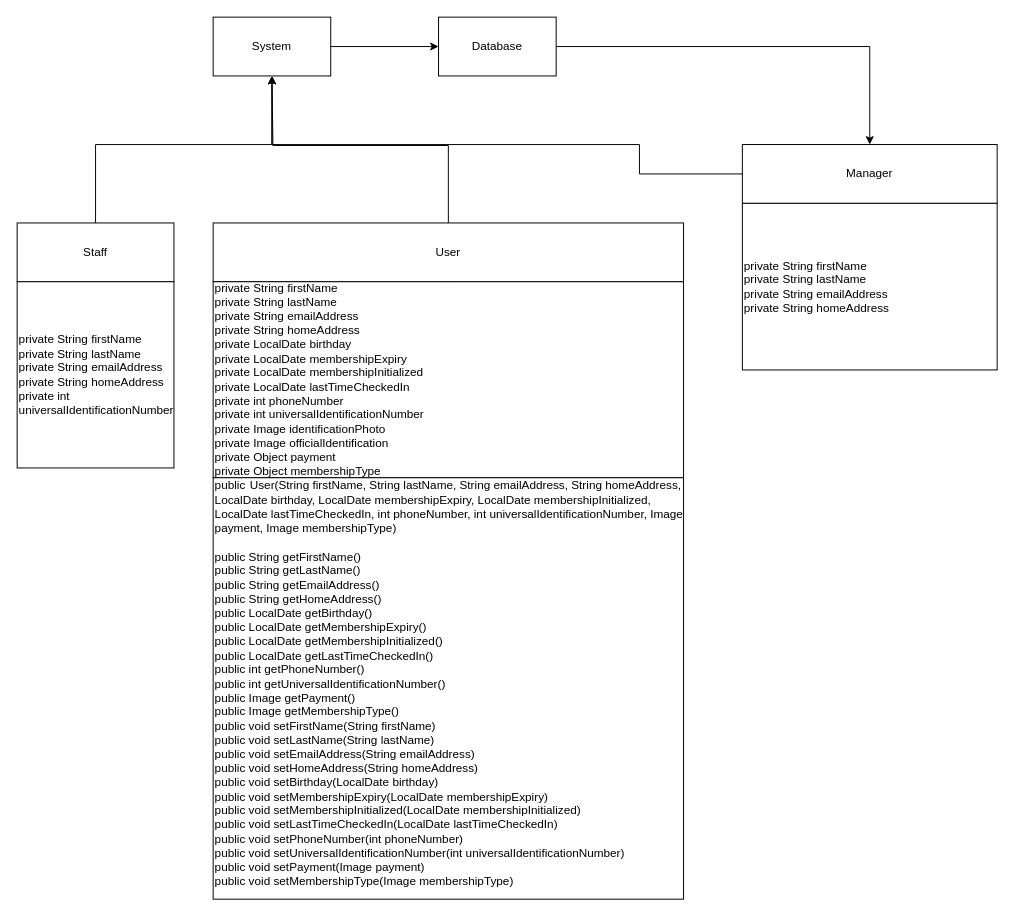
EricSpencer00/COMP330Group5 keeps this draw.io diagram as UMLDiagram.drawio. Above is the earlier version. Source tidied: cells renumbered, new cells numbered last; positions are measured from the earlier drawing's top-left corner, leaving out a move shared by most shapes. Both pictures are drawn from the tidied source at 98%, with x=0, y=0 at pixel (17, 17).
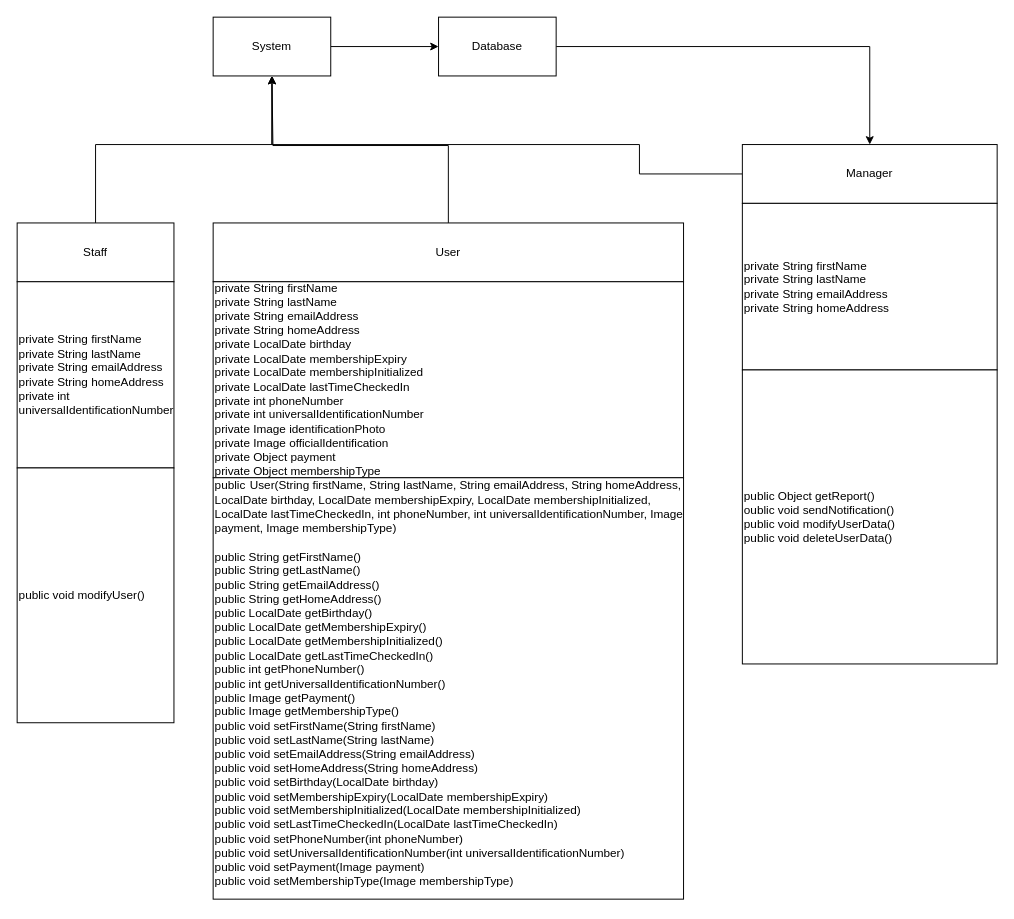
After the change.

Commit message:
Staff+Manager functions

What changed in the source:
```diff
@@
+    <mxCell id="18" value="public Object getReport()&lt;div&gt;oublic void sendNotification()&lt;/div&gt;&lt;div&gt;public void modifyUserData()&lt;/div&gt;&lt;div&gt;public void deleteUserData()&lt;/div&gt;" style="rounded=0;whiteSpace=wrap;html=1;align=left;" parent="1" vertex="1">
+      <mxGeometry x="740" y="360" width="260" height="300" as="geometry" />
+    </mxCell>
+    <mxCell id="19" value="public void modifyUser()" style="rounded=0;whiteSpace=wrap;html=1;align=left;" parent="1" vertex="1">
+      <mxGeometry y="460" width="160" height="260" as="geometry" />
+    </mxCell>
```
